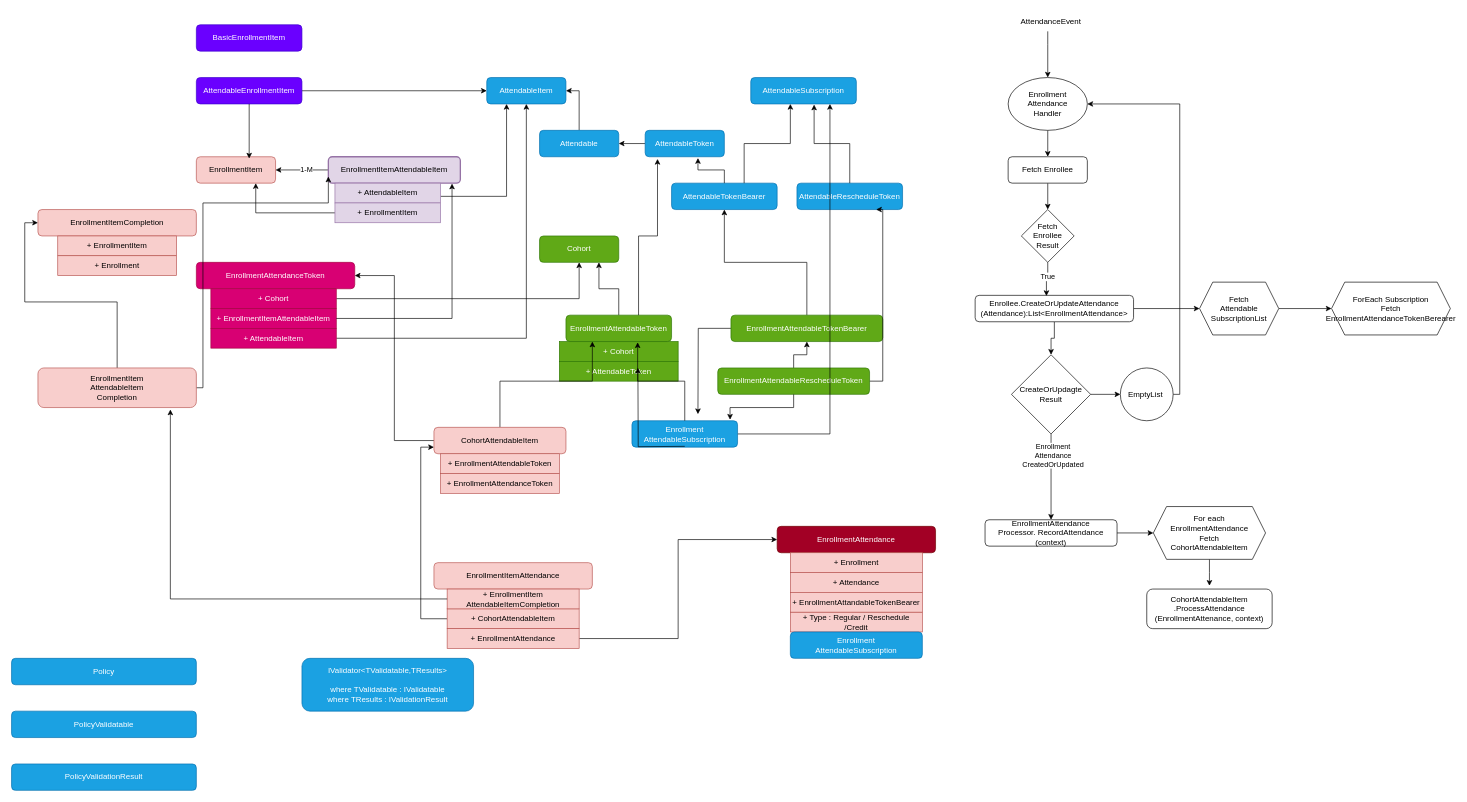
The draw.io diagram Enrolla.drawio in nana-essah/data-abstractions, before the edit. Source tidied: cells renumbered, new cells numbered last; positions are measured from the earlier drawing's top-left corner, leaving out a move shared by most shapes. Both pictures are drawn from the tidied source at 66%, with x=0, y=0 at pixel (11, 11).
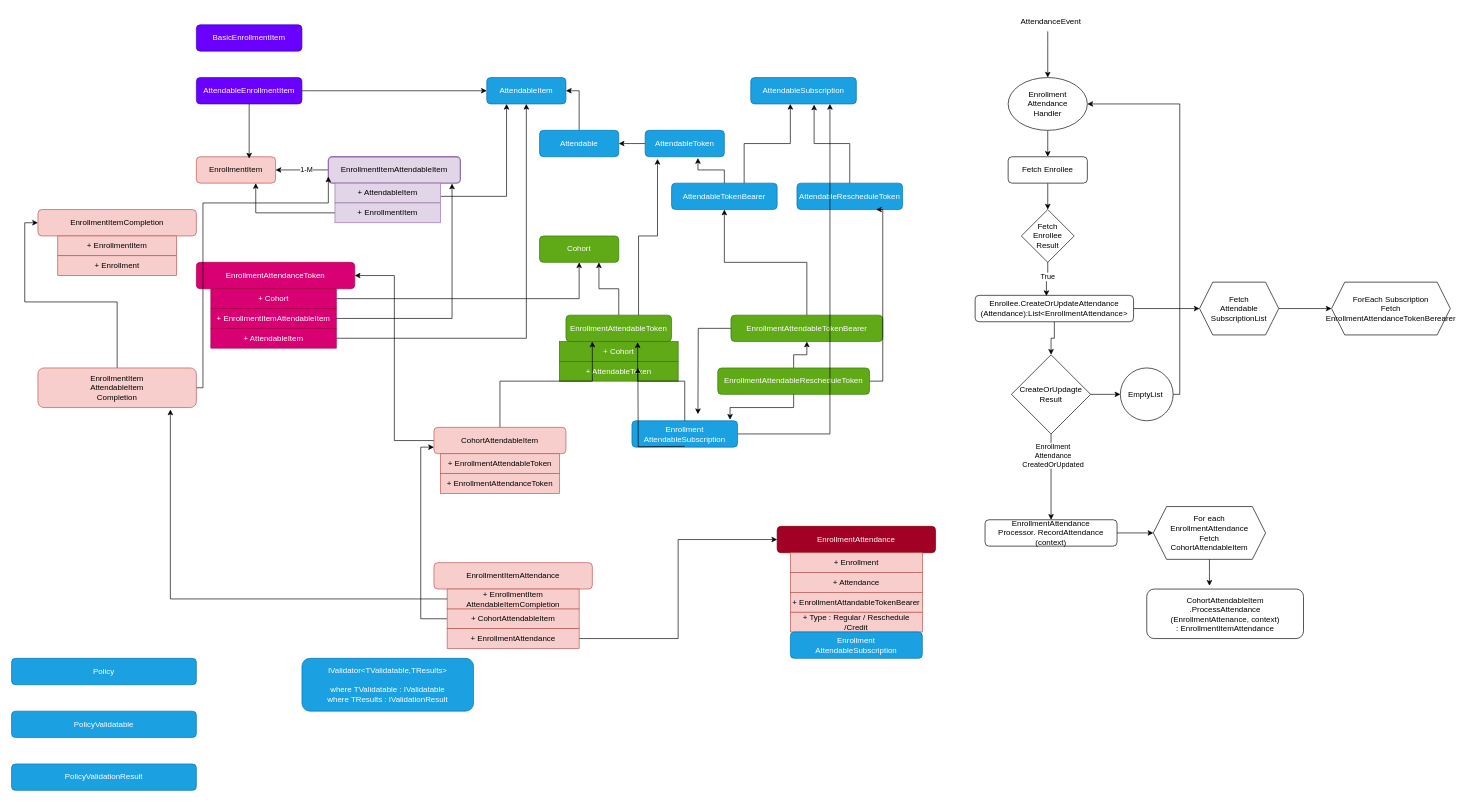
The same diagram, later.

The edit, as a diff of the source:
```diff
@@
-    <mxCell id="99" value="&lt;div&gt;CohortAttendableItem&lt;/div&gt;&lt;div&gt;.ProcessAttendance&lt;/div&gt;&lt;div&gt;(EnrollmentAttenance, context)&lt;/div&gt;" style="rounded=1;whiteSpace=wrap;html=1;" parent="1" vertex="1">
-      <mxGeometry x="1720" y="875" width="190" height="60" as="geometry" />
+    <mxCell id="99" value="&lt;div&gt;CohortAttendableItem&lt;/div&gt;&lt;div&gt;.ProcessAttendance&lt;/div&gt;&lt;div&gt;(EnrollmentAttenance, context)&lt;/div&gt;&lt;div&gt;: EnrollmentItemAttendance&lt;/div&gt;" style="rounded=1;whiteSpace=wrap;html=1;" parent="1" vertex="1">
+      <mxGeometry x="1720" y="875" width="237.5" height="75" as="geometry" />
     </mxCell>
```
